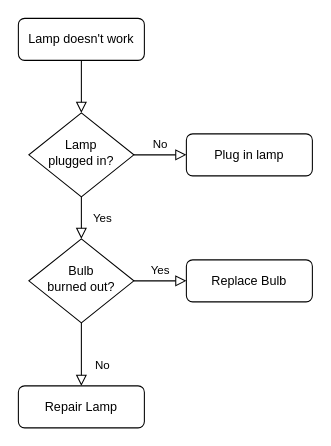
mynameisKaiser/Competitive-Wikipedia keeps this draw.io diagram as assets/Untitled Diagram.drawio. Above is the earlier version. Source tidied: cells renumbered, new cells numbered last; positions are measured from the earlier drawing's top-left corner, leaving out a move shared by most shapes. Both pictures are drawn from the tidied source at 105%, with x=0, y=0 at pixel (18, 18).
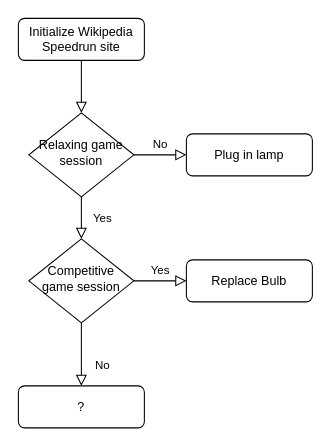
The same page after the edit.

Change to the diagram source:
```diff
@@
 <mxGraphModel>
   <root>
     <mxCell id="0" />
     <mxCell id="1" parent="0" />
     <mxCell id="2" style="rounded=0;html=1;jettySize=auto;fontSize=11;endArrow=block;endFill=0;endSize=8;strokeWidth=1;shadow=0;labelBackgroundColor=none;edgeStyle=orthogonalEdgeStyle;" parent="1" edge="1" source="3" target="6">
       <mxGeometry relative="1" as="geometry" />
     </mxCell>
-    <mxCell id="3" value="Lamp doesn't work" style="rounded=1;whiteSpace=wrap;html=1;fontSize=12;glass=0;strokeWidth=1;shadow=0;" parent="1" vertex="1">
+    <mxCell id="3" value="Initialize Wikipedia Speedrun site" style="rounded=1;whiteSpace=wrap;html=1;fontSize=12;glass=0;strokeWidth=1;shadow=0;" parent="1" vertex="1">
       <mxGeometry width="120" height="40" as="geometry" />
     </mxCell>
     <mxCell id="4" value="Yes" style="rounded=0;html=1;jettySize=auto;fontSize=11;endArrow=block;endFill=0;endSize=8;strokeWidth=1;shadow=0;labelBackgroundColor=none;edgeStyle=orthogonalEdgeStyle;" parent="1" edge="1" source="6" target="10">
       <mxGeometry y="20" relative="1" as="geometry" />
     </mxCell>
     <mxCell id="5" value="No" style="edgeStyle=orthogonalEdgeStyle;rounded=0;html=1;jettySize=auto;fontSize=11;endArrow=block;endFill=0;endSize=8;strokeWidth=1;shadow=0;labelBackgroundColor=none;" parent="1" edge="1" source="6" target="7">
       <mxGeometry y="10" relative="1" as="geometry" />
     </mxCell>
-    <mxCell id="6" value="Lamp&lt;br&gt;plugged in?" style="rhombus;whiteSpace=wrap;html=1;shadow=0;fontFamily=Helvetica;fontSize=12;align=center;strokeWidth=1;spacing=6;spacingTop=-4;" parent="1" vertex="1">
+    <mxCell id="6" value="Relaxing game session" style="rhombus;whiteSpace=wrap;html=1;shadow=0;fontFamily=Helvetica;fontSize=12;align=center;strokeWidth=1;spacing=6;spacingTop=-4;" parent="1" vertex="1">
       <mxGeometry x="10" y="90" width="100" height="80" as="geometry" />
     </mxCell>
     <mxCell id="7" value="Plug in lamp" style="rounded=1;whiteSpace=wrap;html=1;fontSize=12;glass=0;strokeWidth=1;shadow=0;" parent="1" vertex="1">
       <mxGeometry x="160" y="110" width="120" height="40" as="geometry" />
     </mxCell>
     <mxCell id="8" value="No" style="rounded=0;html=1;jettySize=auto;fontSize=11;endArrow=block;endFill=0;endSize=8;strokeWidth=1;shadow=0;labelBackgroundColor=none;edgeStyle=orthogonalEdgeStyle;" parent="1" edge="1" source="10" target="11">
       <mxGeometry x="0.33" y="20" relative="1" as="geometry" />
     </mxCell>
     <mxCell id="9" value="Yes" style="edgeStyle=orthogonalEdgeStyle;rounded=0;html=1;jettySize=auto;fontSize=11;endArrow=block;endFill=0;endSize=8;strokeWidth=1;shadow=0;labelBackgroundColor=none;" parent="1" edge="1" source="10" target="12">
       <mxGeometry y="10" relative="1" as="geometry" />
     </mxCell>
-    <mxCell id="10" value="Bulb&lt;br&gt;burned out?" style="rhombus;whiteSpace=wrap;html=1;shadow=0;fontFamily=Helvetica;fontSize=12;align=center;strokeWidth=1;spacing=6;spacingTop=-4;" parent="1" vertex="1">
+    <mxCell id="10" value="Competitive game session" style="rhombus;whiteSpace=wrap;html=1;shadow=0;fontFamily=Helvetica;fontSize=12;align=center;strokeWidth=1;spacing=6;spacingTop=-4;" parent="1" vertex="1">
       <mxGeometry x="10" y="210" width="100" height="80" as="geometry" />
     </mxCell>
-    <mxCell id="11" value="Repair Lamp" style="rounded=1;whiteSpace=wrap;html=1;fontSize=12;glass=0;strokeWidth=1;shadow=0;" parent="1" vertex="1">
+    <mxCell id="11" value="?" style="rounded=1;whiteSpace=wrap;html=1;fontSize=12;glass=0;strokeWidth=1;shadow=0;" parent="1" vertex="1">
       <mxGeometry y="350" width="120" height="40" as="geometry" />
     </mxCell>
     <mxCell id="12" value="Replace Bulb" style="rounded=1;whiteSpace=wrap;html=1;fontSize=12;glass=0;strokeWidth=1;shadow=0;" parent="1" vertex="1">
       <mxGeometry x="160" y="230" width="120" height="40" as="geometry" />
     </mxCell>
   </root>
 </mxGraphModel>
```
